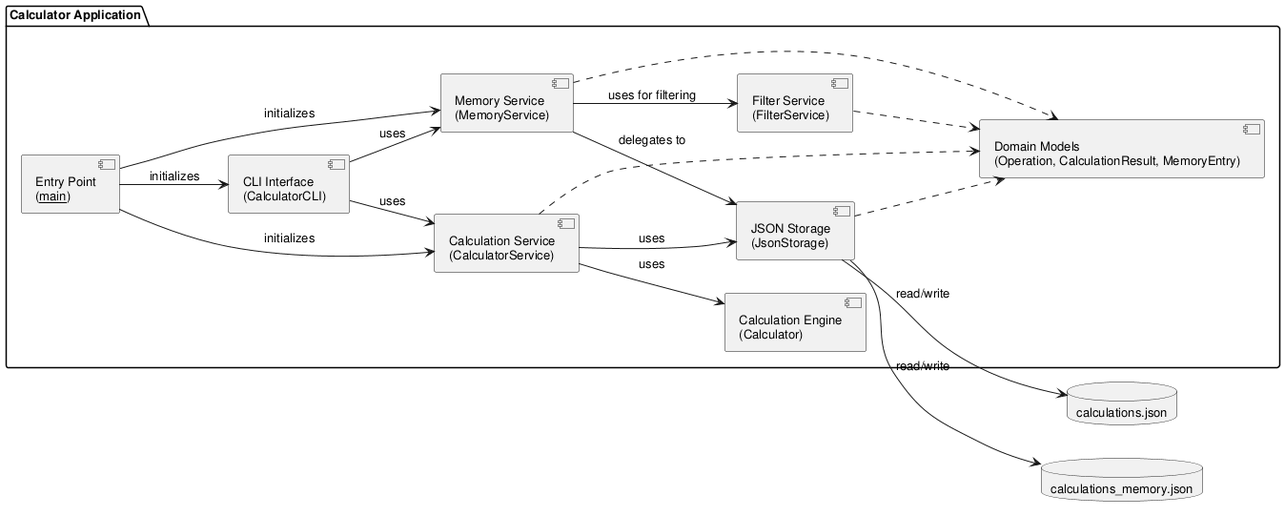
This is experiments/broadcast/user_stories/calculator/artifacts/component_diagram.png from DanielRiha8906/Software_autoevolution_using_agents, a PlantUML export, as it was before one commit.
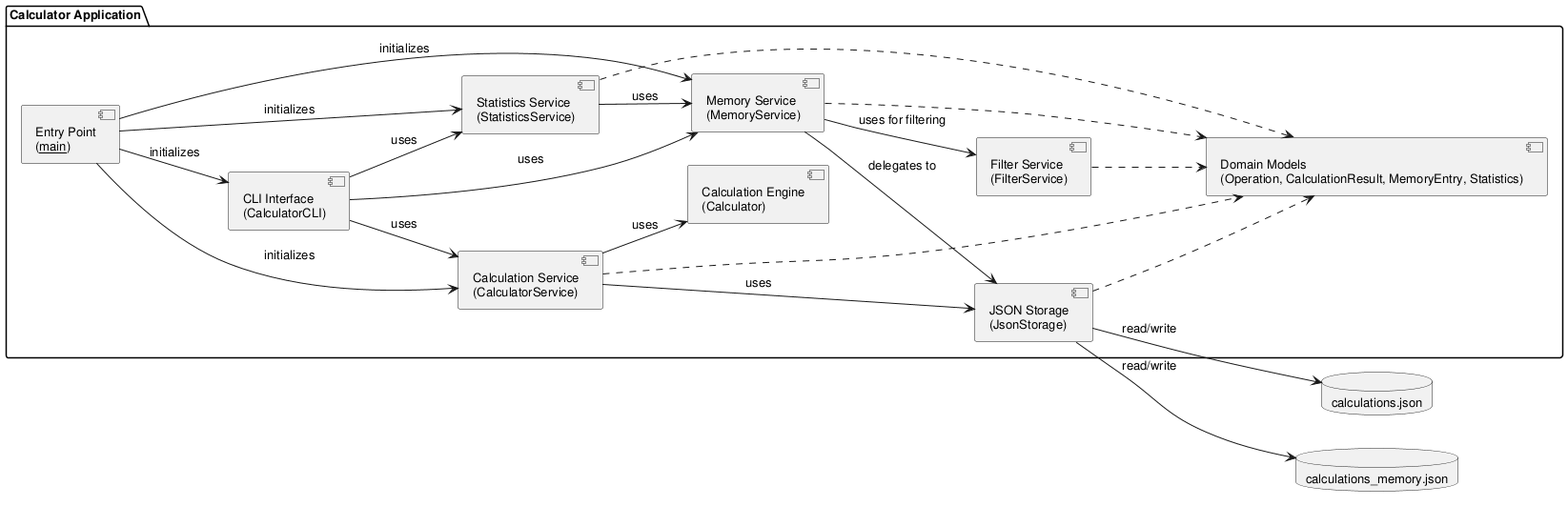
The same file after the commit.

The edit, as a diff of the source:
```diff
@@ -10,25 +10,30 @@
     component "CLI Interface\n(CalculatorCLI)" as CLI
     component "Calculation Service\n(CalculatorService)" as Service
     component "Memory Service\n(MemoryService)" as MemService
+    component "Statistics Service\n(StatisticsService)" as StatSvc
     component "Filter Service\n(FilterService)" as FilterSvc
     component "Calculation Engine\n(Calculator)" as Calc
     component "JSON Storage\n(JsonStorage)" as Store
-    component "Domain Models\n(Operation, CalculationResult, MemoryEntry)" as Models
+    component "Domain Models\n(Operation, CalculationResult, MemoryEntry, Statistics)" as Models
 
     Main --> CLI : initializes
     Main --> Service : initializes
     Main --> MemService : initializes
+    Main --> StatSvc : initializes
 
     CLI --> Service : uses
     CLI --> MemService : uses
+    CLI --> StatSvc : uses
     Service --> Calc : uses
     Service --> Store : uses
     MemService --> Store : delegates to
     MemService --> FilterSvc : uses for filtering
+    StatSvc --> MemService : uses
 
     Service ..> Models
     MemService ..> Models
     FilterSvc ..> Models
+    StatSvc ..> Models
     Store ..> Models
 }
 
```
